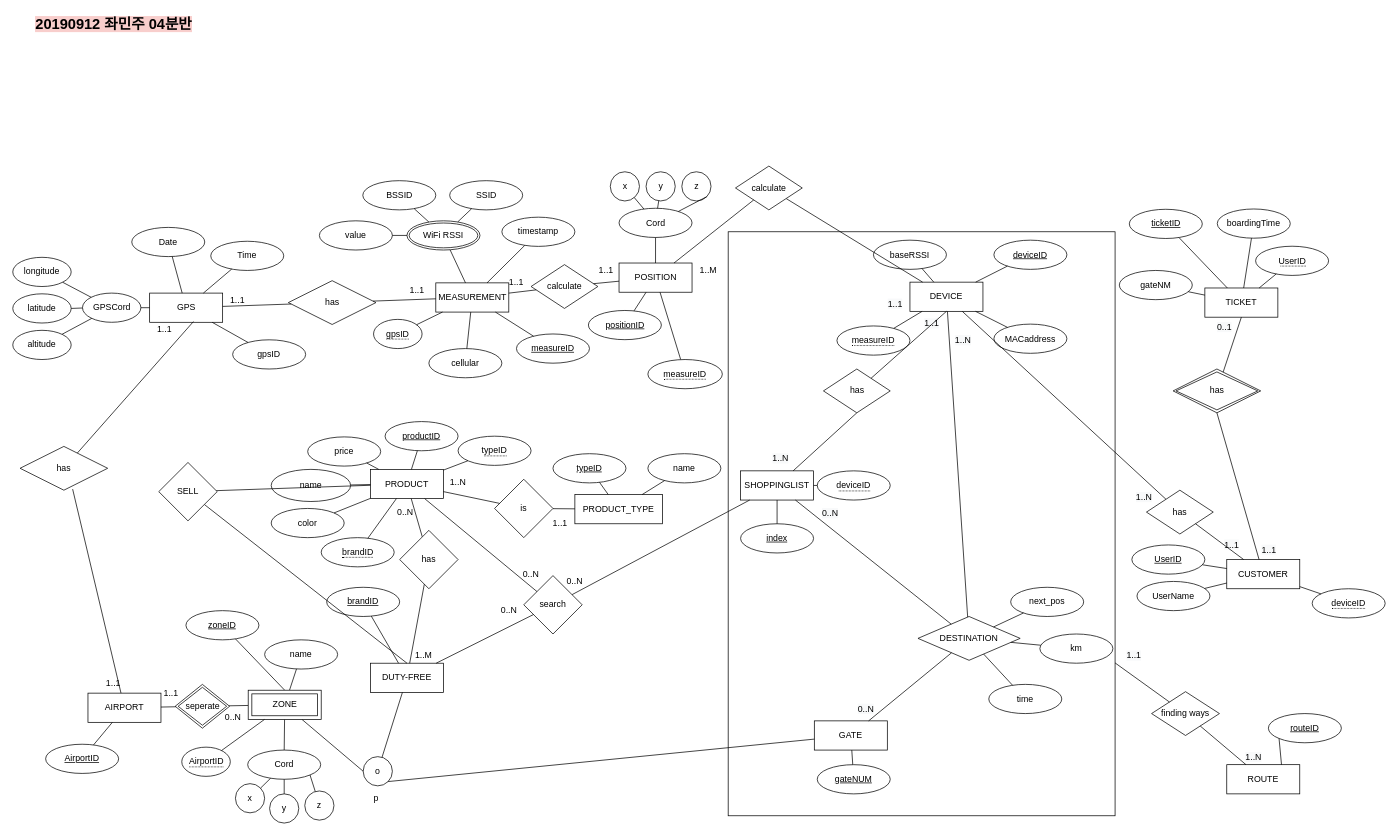
Earlier version of the draw.io diagram Untitled Diagram.drawio (Jwaminju/game). Source tidied: cells renumbered, new cells numbered last; positions are measured from the earlier drawing's top-left corner, leaving out a move shared by most shapes. Both pictures are drawn from the tidied source at 73%, with x=0, y=0 at pixel (12, 12).
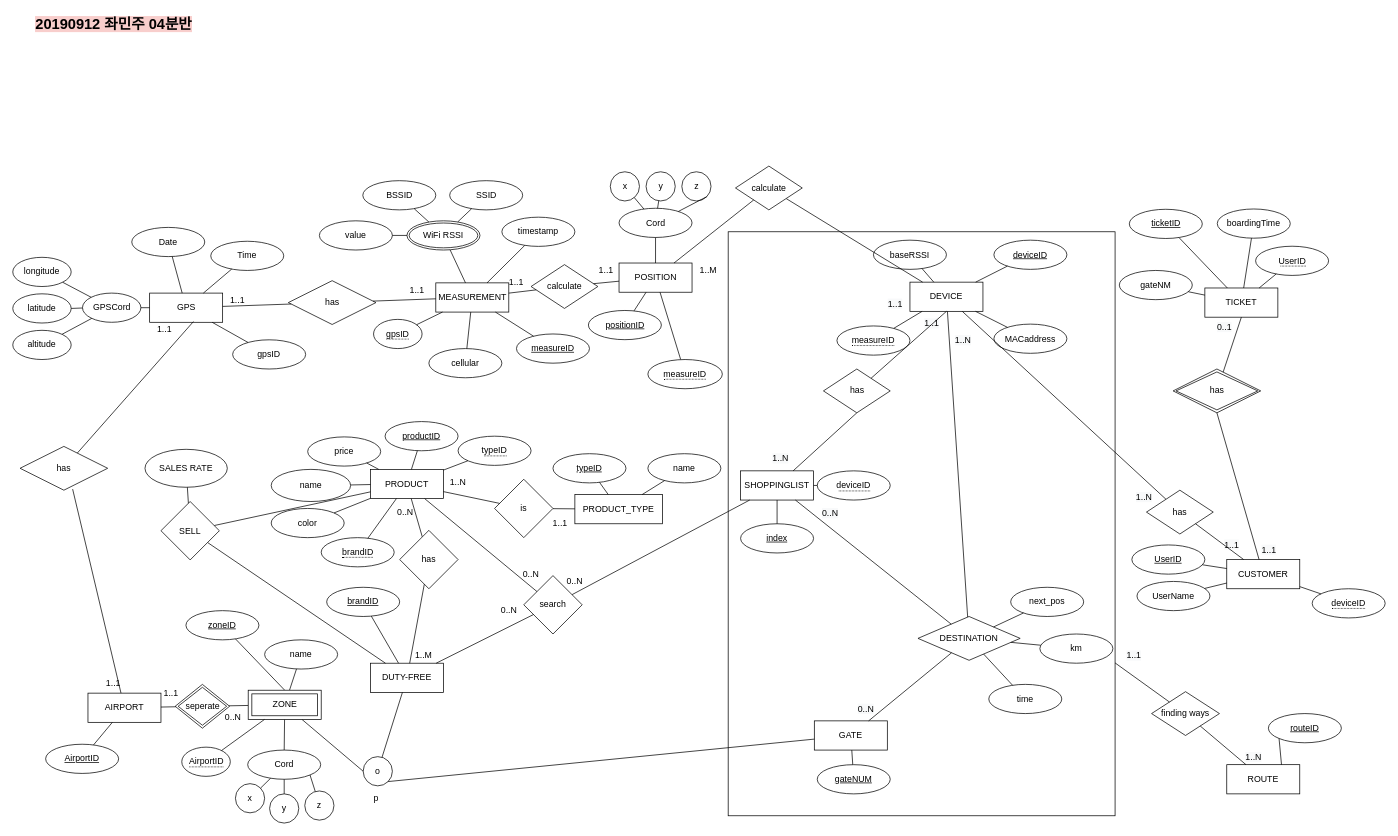
The same diagram, later.

Unchanged cells that the change refers to:
```xml
<mxCell id="68" value="DUTY-FREE" style="whiteSpace=wrap;html=1;align=center;" parent="1" vertex="1">
  <mxGeometry x="490" y="891" width="100" height="40" as="geometry" />
</mxCell>
```

Diff of the diagram source:
```diff
@@
-    <mxCell id="208" style="endArrow=none;html=1;exitX=0.5;exitY=0;exitDx=0;exitDy=0;" parent="1" edge="1" source="68" target="210">
+    <mxCell id="208" style="endArrow=none;html=1;" parent="1" edge="1" source="68" target="210">
       <mxGeometry relative="1" as="geometry" />
     </mxCell>
@@
     <mxCell id="210" value="SELL" style="rhombus;whiteSpace=wrap;html=1;" parent="1" vertex="1">
-      <mxGeometry x="200" y="616" width="80" height="80" as="geometry" />
+      <mxGeometry x="203" y="669.5" width="80" height="80" as="geometry" />
     </mxCell>
+    <mxCell id="211" value="SALES RATE" style="ellipse;whiteSpace=wrap;html=1;" parent="1" vertex="1">
+      <mxGeometry x="181.1" y="598" width="112.8" height="52" as="geometry" />
+    </mxCell>
+    <mxCell id="212" style="endArrow=none;html=1;" parent="1" edge="1" source="211" target="210">
+      <mxGeometry relative="1" as="geometry" />
+    </mxCell>
```
